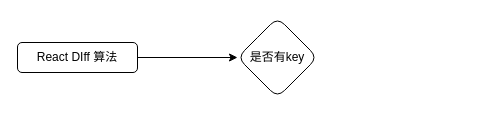
Above: page/React/React中的Diff算法和key作用/ReactDiff.drawio in liushuxin/interview-note (draw.io), before the change. Source tidied: cells renumbered, new cells numbered last; positions are measured from the earlier drawing's top-left corner, leaving out a move shared by most shapes. Both pictures are drawn from the tidied source at 100%, with x=0, y=0 at pixel (17, 17).
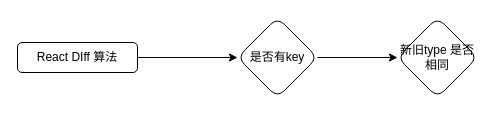
The same page after the edit.

Change to the diagram source:
```diff
@@
 <mxGraphModel>
   <root>
     <mxCell id="0" />
     <mxCell id="1" parent="0" />
     <mxCell id="2" style="edgeStyle=orthogonalEdgeStyle;rounded=0;jettySize=auto;html=1;" parent="1" edge="1" source="3" target="4">
       <mxGeometry relative="1" as="geometry" />
     </mxCell>
     <mxCell id="3" value="React DIff 算法" style="rounded=1;whiteSpace=wrap;html=1;" parent="1" vertex="1">
       <mxGeometry y="25" width="120" height="30" as="geometry" />
     </mxCell>
+    <mxCell id="5" style="edgeStyle=orthogonalEdgeStyle;rounded=0;jettySize=auto;html=1;" parent="1" edge="1" source="4" target="6">
+      <mxGeometry relative="1" as="geometry" />
+    </mxCell>
     <mxCell id="4" value="是否有key" style="rhombus;whiteSpace=wrap;html=1;rounded=1;" parent="1" vertex="1">
       <mxGeometry x="220" width="80" height="80" as="geometry" />
     </mxCell>
+    <mxCell id="6" value="新旧type 是否相同" style="rhombus;whiteSpace=wrap;html=1;rounded=1;" parent="1" vertex="1">
+      <mxGeometry x="380" width="80" height="80" as="geometry" />
+    </mxCell>
   </root>
 </mxGraphModel>
```
